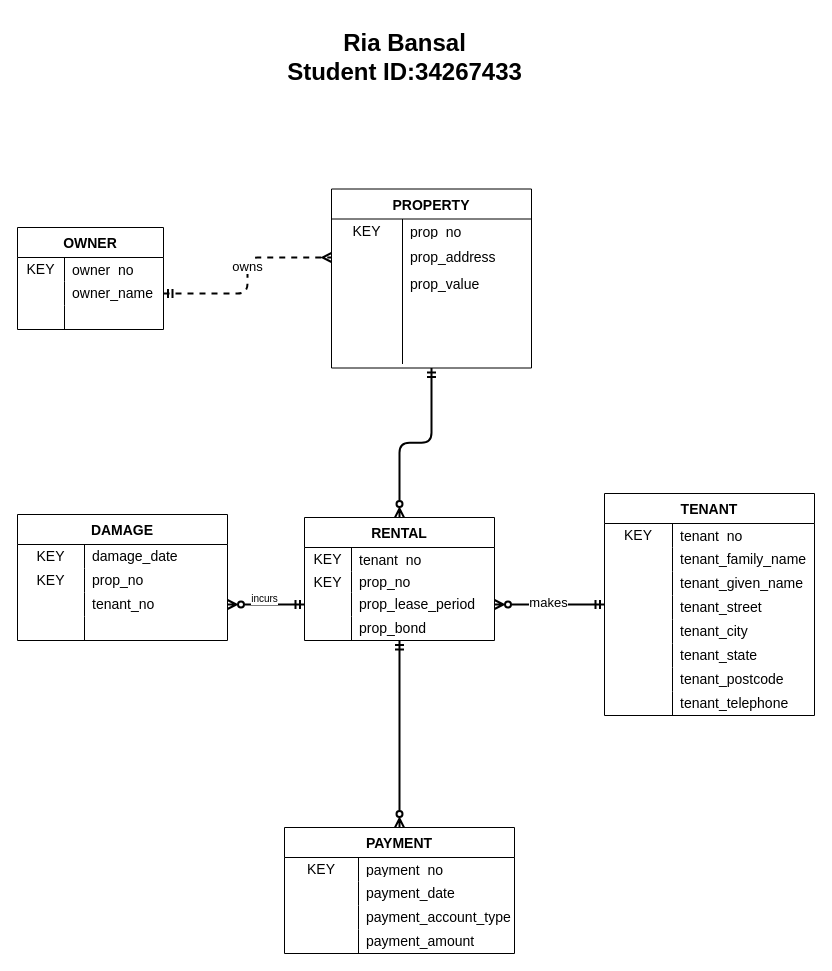
Earlier version of the draw.io diagram Applied/App02/prs_conceptual.drawio (riabansal27/databases-project). Source tidied: cells renumbered, new cells numbered last; positions are measured from the earlier drawing's top-left corner, leaving out a move shared by most shapes. Both pictures are drawn from the tidied source at 100%, with x=0, y=0 at pixel (17, 17).
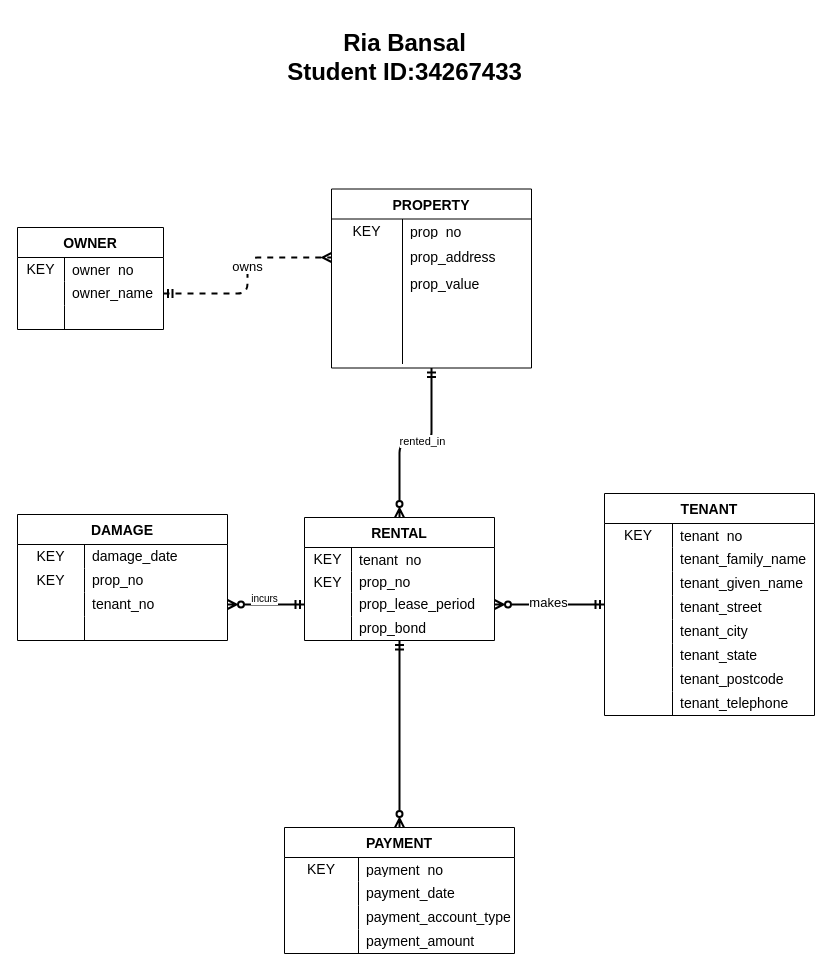
Above is the later version.

The change refers to these unchanged cells:
```xml
<mxCell id="101" style="endArrow=ERzeroToMany;endFill=0;startArrow=ERmandOne;startFill=0;dashed=0;edgeStyle=orthogonalEdgeStyle;strokeWidth=2;" parent="1" edge="1" source="25" target="45">
  <mxGeometry relative="1" as="geometry" />
</mxCell>
```

Change to the diagram source:
```diff
@@
+    <mxCell id="104" value="rented_in" style="edgeLabel;html=1;align=center;verticalAlign=middle;" parent="101" vertex="1">
+      <mxGeometry x="-0.06" y="-2" relative="1" as="geometry">
+        <mxPoint x="1" as="offset" />
+      </mxGeometry>
+    </mxCell>
```
